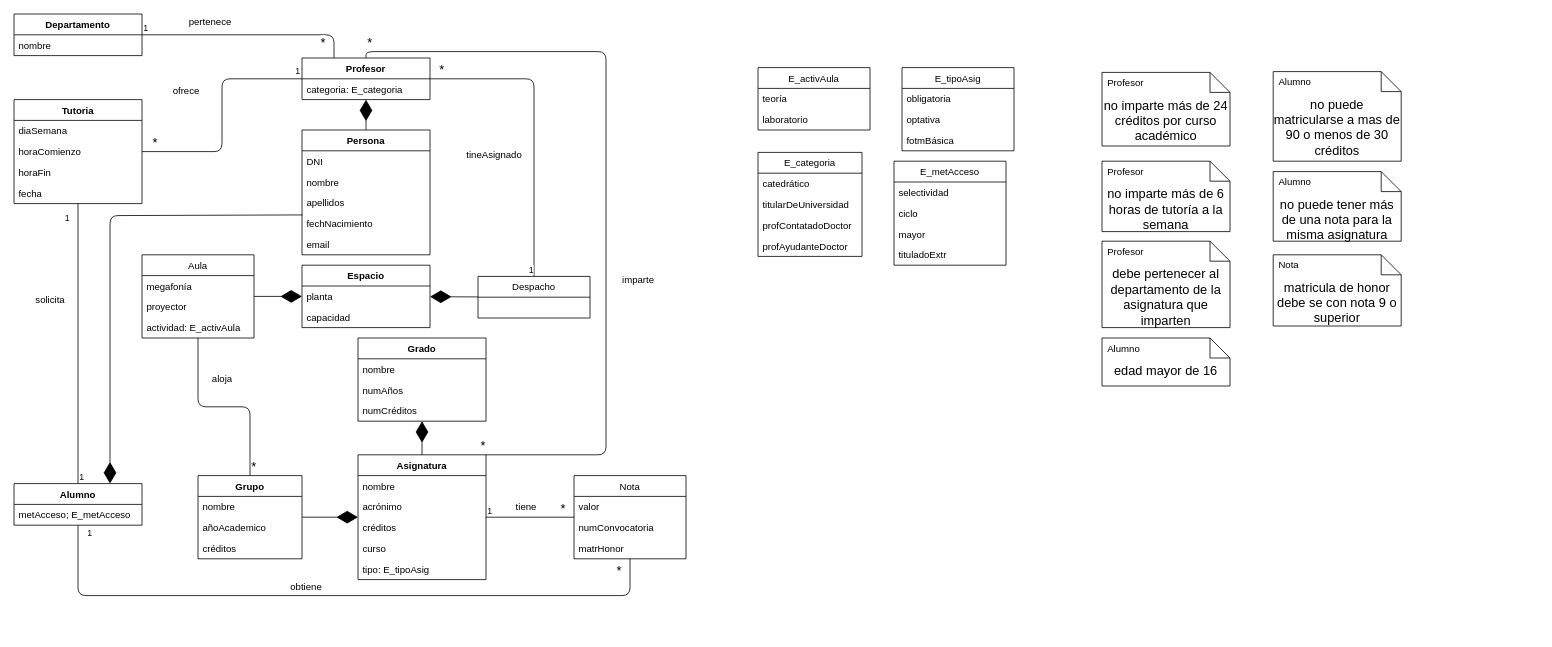
The draw.io diagram Untitled Diagram.drawio in albertobemo7/Draw.io, before the edit. Source tidied: cells renumbered, new cells numbered last; positions are measured from the earlier drawing's top-left corner, leaving out a move shared by most shapes. Both pictures are drawn from the tidied source at 80%, with x=0, y=0 at pixel (14, 14).
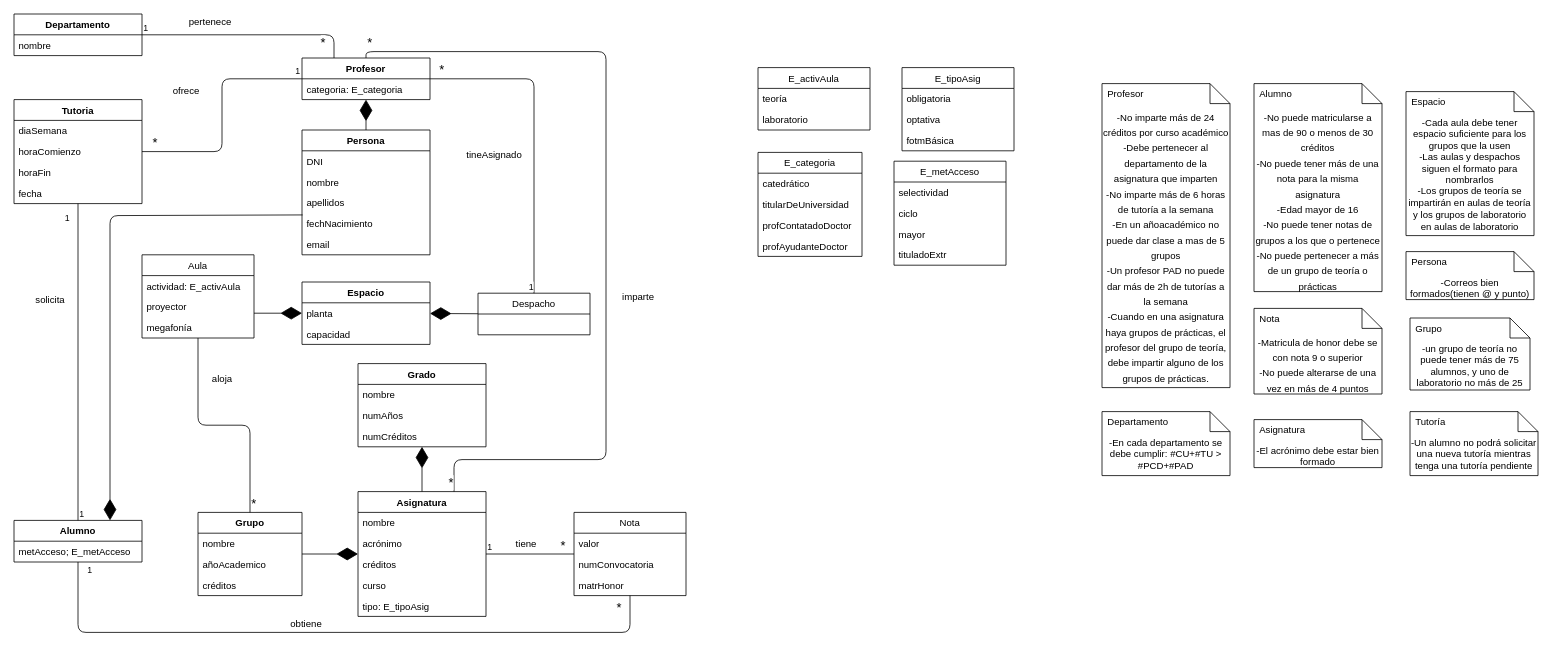
The same page after the edit.

Commit message:
E1-ISSI-1-albbenmor

The change refers to these unchanged cells:
```xml
<mxCell id="23" value="Profesor" style="swimlane;fontStyle=1;align=center;verticalAlign=top;horizontal=1;startSize=26;" parent="1" vertex="1">
  <mxGeometry x="360" y="55" width="160" height="52" as="geometry" />
</mxCell>
<mxCell id="35" value="Aula" style="swimlane;fontStyle=0;horizontal=1;startSize=26;fillColor=none;" parent="1" vertex="1">
  <mxGeometry x="160" y="301" width="140" height="104" as="geometry" />
</mxCell>
```

Change to the diagram source:
```diff
@@
     <mxCell id="2" value="Alumno" style="swimlane;fontStyle=1;align=center;verticalAlign=top;horizontal=1;startSize=26;" parent="1" vertex="1">
-      <mxGeometry y="587" width="160" height="52" as="geometry" />
+      <mxGeometry y="633" width="160" height="52" as="geometry" />
     </mxCell>
@@
     <mxCell id="4" value="Asignatura" style="swimlane;fontStyle=1;align=center;verticalAlign=top;horizontal=1;startSize=26;" parent="1" vertex="1">
-      <mxGeometry x="430" y="551" width="160" height="156" as="geometry" />
+      <mxGeometry x="430" y="597" width="160" height="156" as="geometry" />
     </mxCell>
@@
     <mxCell id="10" value="Grado" style="swimlane;fontStyle=1;align=center;verticalAlign=top;horizontal=1;startSize=26;" parent="1" vertex="1">
-      <mxGeometry x="430" y="405" width="160" height="104" as="geometry" />
+      <mxGeometry x="430" y="437" width="160" height="104" as="geometry" />
     </mxCell>
@@
     <mxCell id="14" value="Espacio" style="swimlane;fontStyle=1;align=center;verticalAlign=top;horizontal=1;startSize=26;" parent="1" vertex="1">
-      <mxGeometry x="360" y="314" width="160" height="78" as="geometry" />
+      <mxGeometry x="360" y="335" width="160" height="78" as="geometry" />
     </mxCell>
@@
     <mxCell id="19" value="Grupo" style="swimlane;fontStyle=1;align=center;verticalAlign=top;horizontal=1;startSize=26;" parent="1" vertex="1">
-      <mxGeometry x="230" y="577" width="130" height="104" as="geometry" />
+      <mxGeometry x="230" y="623" width="130" height="104" as="geometry" />
     </mxCell>
@@
+    <mxCell id="38" value="actividad: E_activAula" style="text;strokeColor=none;fillColor=none;align=left;verticalAlign=top;spacingLeft=4;spacingRight=4;overflow=hidden;" parent="35" vertex="1">
+      <mxGeometry y="26" width="140" height="26" as="geometry" />
+    </mxCell>
+    <mxCell id="37" value="proyector" style="text;strokeColor=none;fillColor=none;align=left;verticalAlign=top;spacingLeft=4;spacingRight=4;overflow=hidden;" parent="35" vertex="1">
+      <mxGeometry y="52" width="140" height="26" as="geometry" />
+    </mxCell>
     <mxCell id="36" value="megafonía" style="text;strokeColor=none;fillColor=none;align=left;verticalAlign=top;spacingLeft=4;spacingRight=4;overflow=hidden;" parent="35" vertex="1">
-      <mxGeometry y="26" width="140" height="26" as="geometry" />
+      <mxGeometry y="78" width="140" height="26" as="geometry" />
     </mxCell>
-    <mxCell id="37" value="proyector" style="text;strokeColor=none;fillColor=none;align=left;verticalAlign=top;spacingLeft=4;spacingRight=4;overflow=hidden;" parent="35" vertex="1">
-      <mxGeometry y="52" width="140" height="26" as="geometry" />
-    </mxCell>
-    <mxCell id="38" value="actividad: E_activAula" style="text;strokeColor=none;fillColor=none;align=left;verticalAlign=top;spacingLeft=4;spacingRight=4;overflow=hidden;" parent="35" vertex="1">
-      <mxGeometry y="78" width="140" height="26" as="geometry" />
-    </mxCell>
     <mxCell id="39" value="Despacho" style="swimlane;fontStyle=0;horizontal=1;startSize=26;fillColor=none;" parent="1" vertex="1">
-      <mxGeometry x="580" y="328" width="140" height="52" as="geometry" />
+      <mxGeometry x="580" y="349" width="140" height="52" as="geometry" />
     </mxCell>
@@
-    <mxCell id="41" style="endArrow=diamondThin;endFill=1;endSize=24;html=1;" parent="1" edge="1" source="35" target="14">
-      <mxGeometry relative="1" as="geometry" />
+    <mxCell id="41" style="endArrow=diamondThin;endFill=1;endSize=24;html=1;" parent="1" edge="1" target="14">
+      <mxGeometry relative="1" as="geometry">
+        <mxPoint x="300" y="374" as="sourcePoint" />
+      </mxGeometry>
     </mxCell>
@@
     <mxCell id="57" value="Nota" style="swimlane;fontStyle=0;horizontal=1;startSize=26;fillColor=none;" parent="1" vertex="1">
-      <mxGeometry x="700" y="577" width="140" height="104" as="geometry" />
+      <mxGeometry x="700" y="623" width="140" height="104" as="geometry" />
     </mxCell>
@@
     <mxCell id="71" style="endArrow=none;html=1;edgeStyle=orthogonalEdgeStyle;" parent="1" edge="1" source="23" target="4">
       <mxGeometry relative="1" as="geometry">
         <Array as="points">
           <mxPoint x="440" y="47" />
           <mxPoint x="740" y="47" />
-          <mxPoint x="740" y="551" />
+          <mxPoint x="740" y="557" />
+          <mxPoint x="550" y="557" />
         </Array>
       </mxGeometry>
     </mxCell>
@@
     <mxCell id="77" value="imparte" style="text;html=1;align=center;verticalAlign=middle;" parent="1" vertex="1">
-      <mxGeometry x="750" y="323" width="60" height="20" as="geometry" />
+      <mxGeometry x="750" y="344" width="60" height="20" as="geometry" />
     </mxCell>
@@
     <mxCell id="83" value="obtiene" style="text;html=1;align=center;verticalAlign=middle;" parent="1" vertex="1">
-      <mxGeometry x="340" y="707" width="50" height="20" as="geometry" />
+      <mxGeometry x="340" y="753" width="50" height="20" as="geometry" />
     </mxCell>
     <mxCell id="84" style="endArrow=none;html=1;edgeStyle=orthogonalEdgeStyle;" parent="1" edge="1" source="2" target="57">
       <mxGeometry relative="1" as="geometry">
         <Array as="points">
-          <mxPoint x="770" y="727" />
+          <mxPoint x="770" y="773" />
         </Array>
       </mxGeometry>
     </mxCell>
@@
     <mxCell id="87" value="tiene" style="text;html=1;align=center;verticalAlign=middle;" parent="1" vertex="1">
-      <mxGeometry x="620" y="607" width="40" height="20" as="geometry" />
+      <mxGeometry x="620" y="653" width="40" height="20" as="geometry" />
     </mxCell>
@@
-    <mxCell id="99" value="no imparte más de 6 horas de tutoría a la semana" style="shape=note2;boundedLbl=1;whiteSpace=wrap;html=1;size=25;verticalAlign=top;align=center;fontSize=16;" parent="1" vertex="1">
-      <mxGeometry x="1360" y="184" width="160" height="88" as="geometry" />
-    </mxCell>
-    <mxCell id="100" value="Profesor" style="strokeColor=none;fillColor=none;align=left;spacingLeft=5;" parent="99" vertex="1">
-      <mxGeometry width="160" height="25" relative="1" as="geometry" />
-    </mxCell>
-    <mxCell id="101" value="no imparte más de 24 créditos por curso académico" style="shape=note2;boundedLbl=1;whiteSpace=wrap;html=1;size=25;verticalAlign=top;align=center;fontSize=16;" parent="1" vertex="1">
-      <mxGeometry x="1360" y="73" width="160" height="92" as="geometry" />
+    <mxCell id="101" value="&lt;font style=&quot;font-size: 12px&quot;&gt;-No imparte más de 24 créditos por curso académico&lt;br&gt;-Debe pertenecer al departamento de la asignatura que imparten&lt;br&gt;-No imparte más de 6 horas de tutoría a la semana&lt;br&gt;-En un añoacadémico no puede dar clase a mas de 5 grupos&lt;br&gt;-Un profesor PAD no puede dar más de 2h de tutorías a la semana&lt;br&gt;-Cuando en una asignatura haya grupos de prácticas, el profesor del grupo de teoría, debe impartir alguno de los grupos de prácticas.&lt;br&gt;&lt;/font&gt;" style="shape=note2;boundedLbl=1;whiteSpace=wrap;html=1;size=25;verticalAlign=top;align=center;fontSize=16;" parent="1" vertex="1">
+      <mxGeometry x="1360" y="87" width="160" height="380" as="geometry" />
     </mxCell>
@@
-    <mxCell id="103" value="debe pertenecer al departamento de la asignatura que imparten" style="shape=note2;boundedLbl=1;whiteSpace=wrap;html=1;size=25;verticalAlign=top;align=center;fontSize=16;" parent="1" vertex="1">
-      <mxGeometry x="1360" y="284" width="160" height="108" as="geometry" />
-    </mxCell>
-    <mxCell id="104" value="Profesor" style="strokeColor=none;fillColor=none;align=left;spacingLeft=5;" parent="103" vertex="1">
-      <mxGeometry width="160" height="25" relative="1" as="geometry" />
-    </mxCell>
-    <mxCell id="105" value="no puede matricularse a mas de 90 o menos de 30 créditos" style="shape=note2;boundedLbl=1;whiteSpace=wrap;html=1;size=25;verticalAlign=top;align=center;fontSize=16;" parent="1" vertex="1">
-      <mxGeometry x="1574" y="72" width="160" height="112" as="geometry" />
+    <mxCell id="105" value="&lt;font style=&quot;font-size: 12px&quot;&gt;-No puede matricularse a mas de 90 o menos de 30 créditos&lt;br&gt;-No puede tener más de una nota para la misma asignatura&lt;br&gt;-Edad mayor de 16&lt;br&gt;-No puede tener notas de grupos a los que o pertenece&lt;br&gt;-No puede pertenecer a más de un grupo de teoría o prácticas&lt;br&gt;&lt;/font&gt;" style="shape=note2;boundedLbl=1;whiteSpace=wrap;html=1;size=25;verticalAlign=top;align=center;fontSize=16;" parent="1" vertex="1">
+      <mxGeometry x="1550" y="87" width="160" height="260" as="geometry" />
     </mxCell>
@@
-    <mxCell id="107" value="matricula de honor debe se con nota 9 o superior" style="shape=note2;boundedLbl=1;whiteSpace=wrap;html=1;size=25;verticalAlign=top;align=center;fontSize=16;" parent="1" vertex="1">
-      <mxGeometry x="1574" y="301" width="160" height="89" as="geometry" />
+    <mxCell id="107" value="&lt;font style=&quot;font-size: 12px&quot;&gt;-Matricula de honor debe se con nota 9 o superior&lt;br&gt;-No puede alterarse de una vez en más de 4 puntos&lt;/font&gt;" style="shape=note2;boundedLbl=1;whiteSpace=wrap;html=1;size=25;verticalAlign=top;align=center;fontSize=16;" parent="1" vertex="1">
+      <mxGeometry x="1550" y="368" width="160" height="107" as="geometry" />
     </mxCell>
@@
-    <mxCell id="109" value="no puede tener más de una nota para la misma asignatura" style="shape=note2;boundedLbl=1;whiteSpace=wrap;html=1;size=25;verticalAlign=top;align=center;fontSize=16;" parent="1" vertex="1">
-      <mxGeometry x="1574" y="197" width="160" height="87" as="geometry" />
-    </mxCell>
-    <mxCell id="110" value="Alumno" style="strokeColor=none;fillColor=none;align=left;spacingLeft=5;" parent="109" vertex="1">
-      <mxGeometry width="160" height="25" relative="1" as="geometry" />
-    </mxCell>
-    <mxCell id="111" value="edad mayor de 16" style="shape=note2;boundedLbl=1;whiteSpace=wrap;html=1;size=25;verticalAlign=top;align=center;fontSize=16;" parent="1" vertex="1">
-      <mxGeometry x="1360" y="405" width="160" height="60" as="geometry" />
-    </mxCell>
-    <mxCell id="112" value="Alumno" style="strokeColor=none;fillColor=none;align=left;spacingLeft=5;" parent="111" vertex="1">
-      <mxGeometry width="160" height="25" relative="1" as="geometry" />
-    </mxCell>
+    <mxCell id="113" value="-un grupo de teoría no puede tener más de 75 alumnos, y uno de laboratorio no más de 25" style="shape=note2;boundedLbl=1;whiteSpace=wrap;html=1;size=25;verticalAlign=top;align=center;" parent="1" vertex="1">
+      <mxGeometry x="1745" y="380" width="150" height="90" as="geometry" />
+    </mxCell>
+    <mxCell id="114" value="Grupo" style="strokeColor=none;fillColor=none;align=left;spacingLeft=5;" parent="113" vertex="1">
+      <mxGeometry width="150" height="25" relative="1" as="geometry" />
+    </mxCell>
+    <mxCell id="115" value="-El acrónimo debe estar bien formado" style="shape=note2;boundedLbl=1;whiteSpace=wrap;html=1;size=25;verticalAlign=top;align=center;" parent="1" vertex="1">
+      <mxGeometry x="1550" y="507" width="160" height="60" as="geometry" />
+    </mxCell>
+    <mxCell id="116" value="Asignatura" style="strokeColor=none;fillColor=none;align=left;spacingLeft=5;" parent="115" vertex="1">
+      <mxGeometry width="160" height="25" relative="1" as="geometry" />
+    </mxCell>
+    <mxCell id="117" value="-En cada departamento se debe cumplir:&amp;nbsp;#CU+#TU &amp;gt; #PCD+#PAD" style="shape=note2;boundedLbl=1;whiteSpace=wrap;html=1;size=25;verticalAlign=top;align=center;" parent="1" vertex="1">
+      <mxGeometry x="1360" y="497" width="160" height="80" as="geometry" />
+    </mxCell>
+    <mxCell id="118" value="Departamento" style="strokeColor=none;fillColor=none;align=left;spacingLeft=5;" parent="117" vertex="1">
+      <mxGeometry width="160" height="25" relative="1" as="geometry" />
+    </mxCell>
+    <mxCell id="119" value="-Cada aula debe tener espacio suficiente para los grupos que la usen&lt;br&gt;-Las aulas y despachos siguen el formato para nombrarlos&lt;br&gt;-Los grupos de teoría se impartirán en aulas de teoría y los grupos de laboratorio en aulas de laboratorio" style="shape=note2;boundedLbl=1;whiteSpace=wrap;html=1;size=25;verticalAlign=top;align=center;" parent="1" vertex="1">
+      <mxGeometry x="1740" y="97" width="160" height="180" as="geometry" />
+    </mxCell>
+    <mxCell id="120" value="Espacio" style="strokeColor=none;fillColor=none;align=left;spacingLeft=5;" parent="119" vertex="1">
+      <mxGeometry width="160" height="25" relative="1" as="geometry" />
+    </mxCell>
+    <mxCell id="121" value="-Correos bien formados(tienen @ y punto)" style="shape=note2;boundedLbl=1;whiteSpace=wrap;html=1;size=25;verticalAlign=top;align=center;" parent="1" vertex="1">
+      <mxGeometry x="1740" y="297" width="160" height="60" as="geometry" />
+    </mxCell>
+    <mxCell id="122" value="Persona" style="strokeColor=none;fillColor=none;align=left;spacingLeft=5;" parent="121" vertex="1">
+      <mxGeometry width="160" height="25" relative="1" as="geometry" />
+    </mxCell>
+    <mxCell id="123" value="-Un alumno no podrá solicitar una nueva tutoría mientras tenga una tutoría pendiente" style="shape=note2;boundedLbl=1;whiteSpace=wrap;html=1;size=25;verticalAlign=top;align=center;" parent="1" vertex="1">
+      <mxGeometry x="1745" y="497" width="160" height="80" as="geometry" />
+    </mxCell>
+    <mxCell id="124" value="Tutoría" style="strokeColor=none;fillColor=none;align=left;spacingLeft=5;" parent="123" vertex="1">
+      <mxGeometry width="160" height="25" relative="1" as="geometry" />
+    </mxCell>
```
